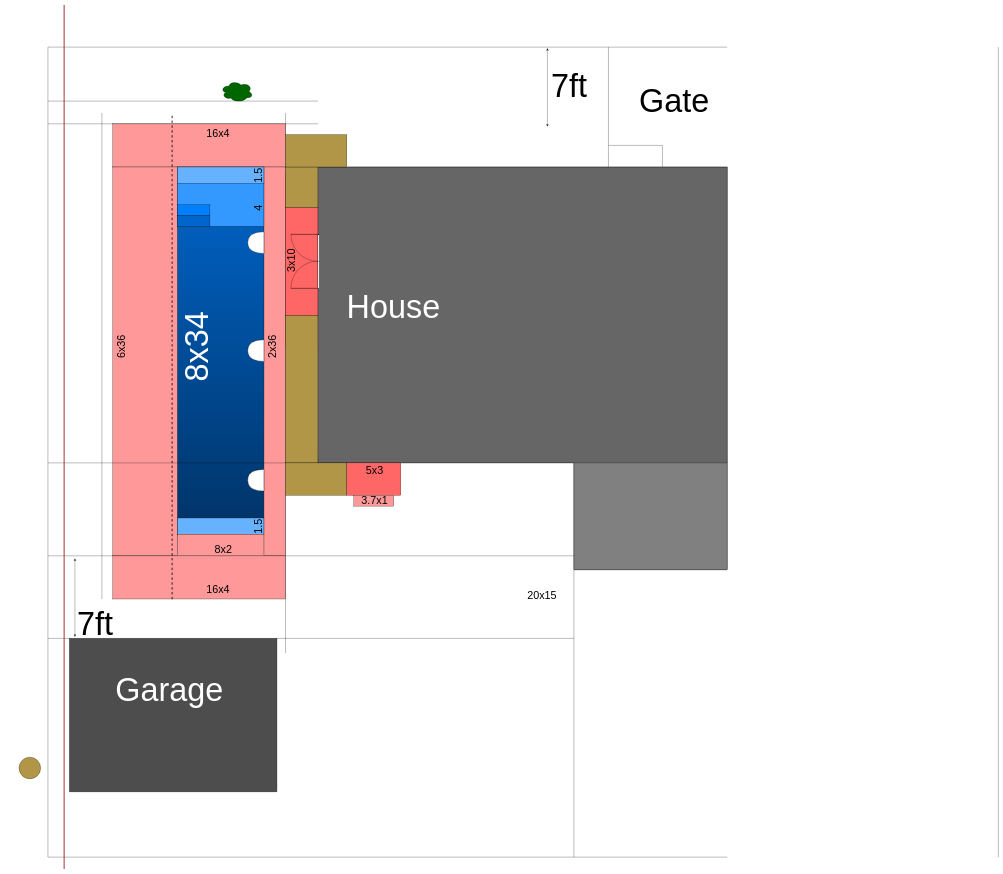
Earlier version of the draw.io diagram Pool.drawio (hikumealan/draw-io-diagrams). Source tidied: cells renumbered, new cells numbered last; positions are measured from the earlier drawing's top-left corner, leaving out a move shared by most shapes. Both pictures are drawn from the tidied source at 27%, with x=0, y=0 at pixel (19, 5).
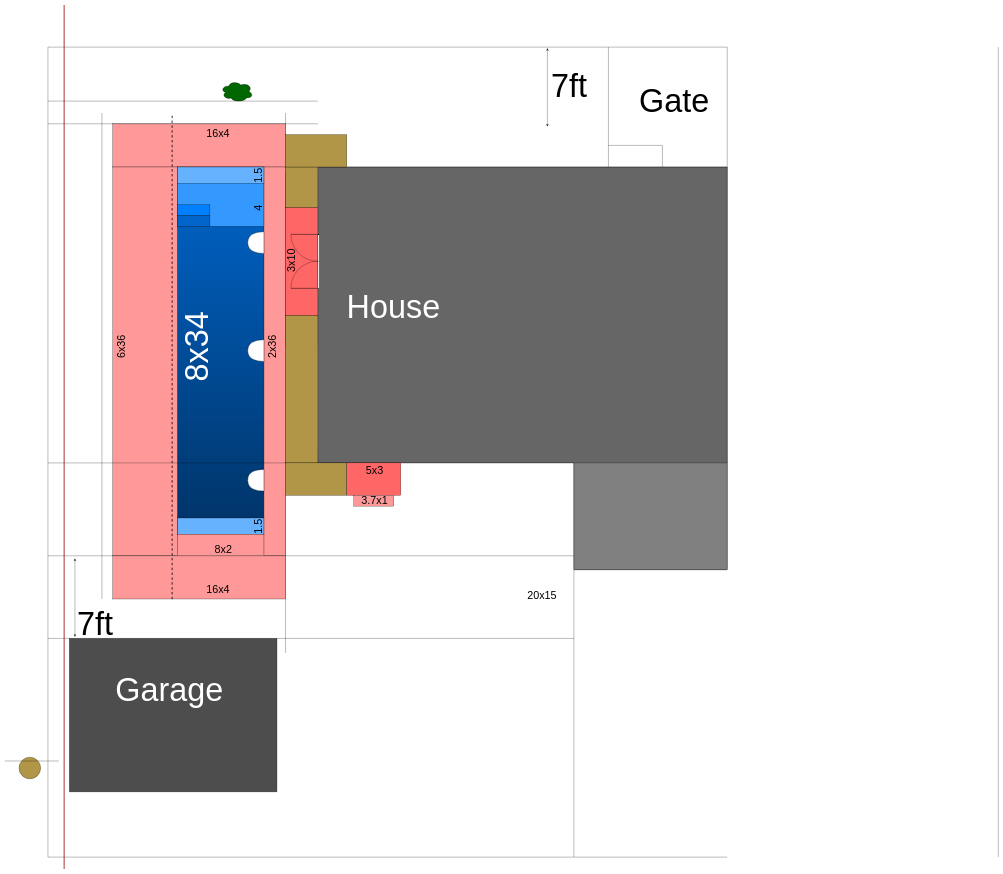
The same diagram, later.

Diff of the diagram source:
```diff
@@
+    <mxCell id="80" style="endArrow=none;html=1;rounded=0;" parent="1" edge="1">
+      <mxGeometry relative="1" as="geometry">
+        <mxPoint x="2623" y="156" as="sourcePoint" />
+        <mxPoint x="2623" y="600" as="targetPoint" />
+      </mxGeometry>
+    </mxCell>
+    <mxCell id="81" style="endArrow=none;html=1;rounded=0;" parent="1" edge="1">
+      <mxGeometry relative="1" as="geometry">
+        <mxPoint x="-53" y="2800" as="sourcePoint" />
+        <mxPoint x="147" y="2800" as="targetPoint" />
+      </mxGeometry>
+    </mxCell>
```
